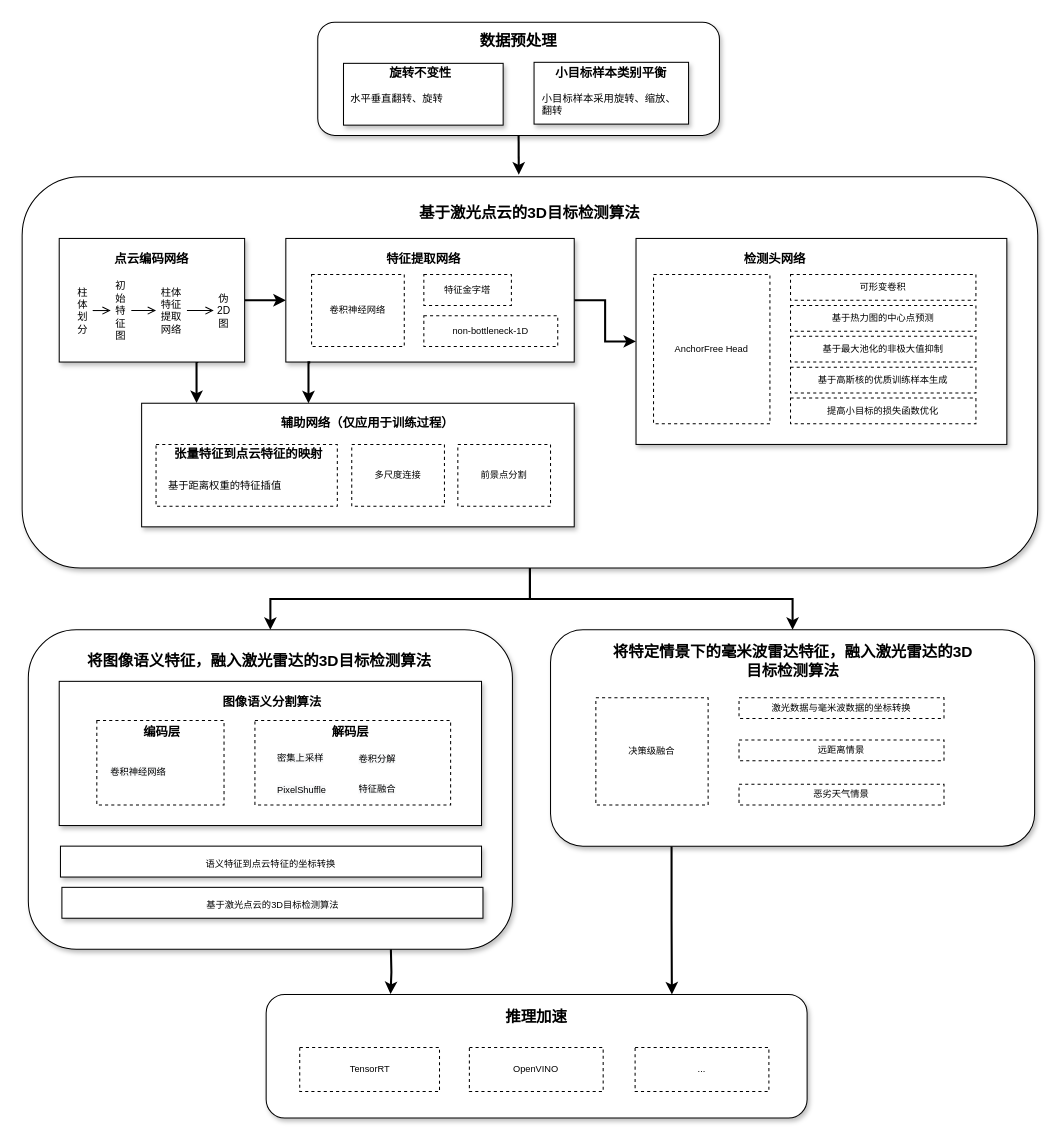
Above: 开题.drawio in wennieWN/UML (draw.io), before the change. Source tidied: cells renumbered, new cells numbered last; positions are measured from the earlier drawing's top-left corner, leaving out a move shared by most shapes. Both pictures are drawn from the tidied source at 103%, with x=0, y=0 at pixel (22, 22).
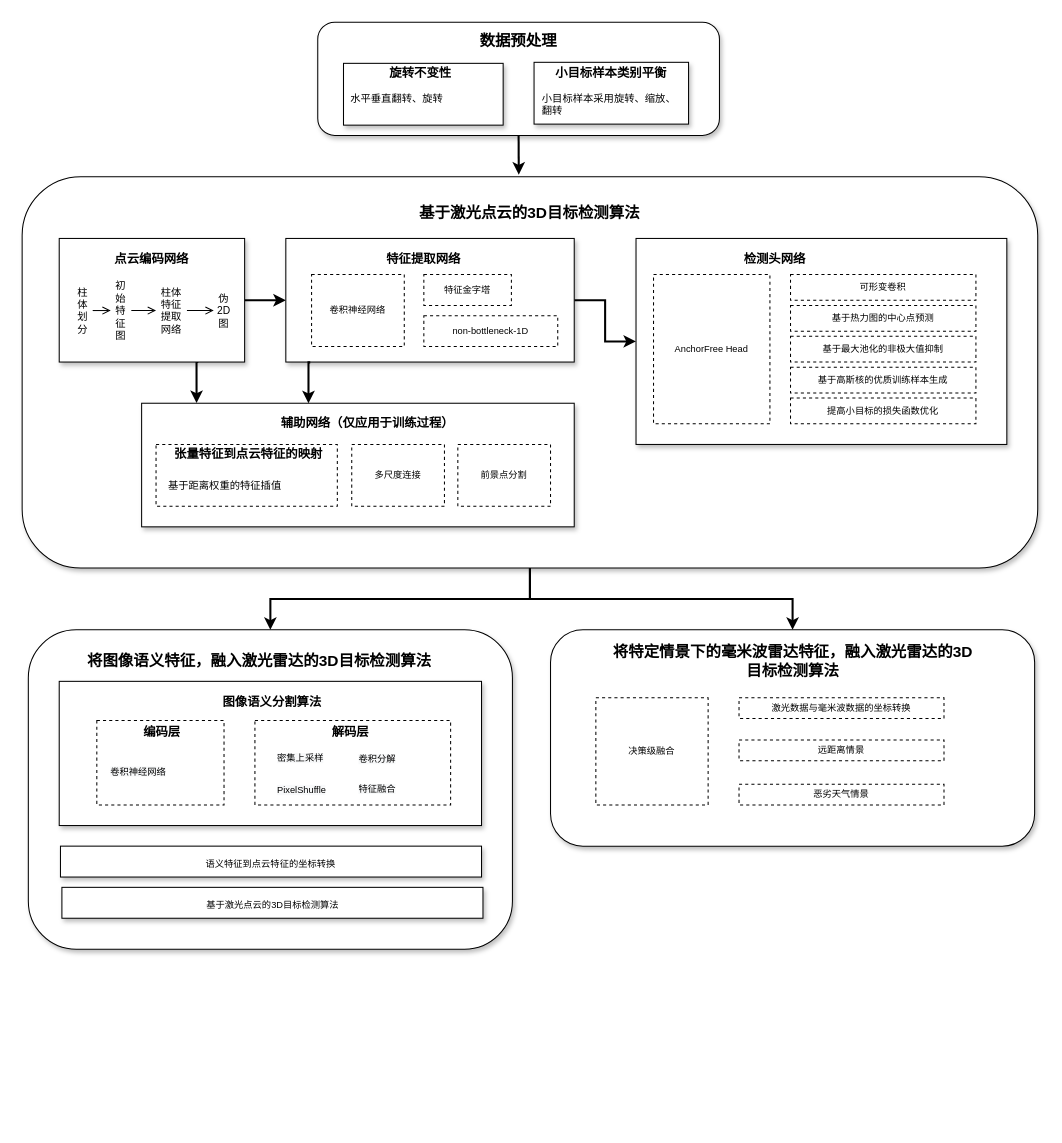
Above is the later version.

The change refers to these unchanged cells:
```xml
<mxCell id="3" style="rounded=1;whiteSpace=wrap;html=1;shadow=1;" parent="1" vertex="1">
  <mxGeometry x="513" y="590" width="470" height="210" as="geometry" />
</mxCell>
```

Diff of the diagram source:
```diff
@@
-    <mxCell id="2" style="edgeStyle=orthogonalEdgeStyle;rounded=0;jettySize=auto;html=1;exitX=0.25;exitY=1;exitDx=0;exitDy=0;entryX=0.75;entryY=0;entryDx=0;entryDy=0;strokeWidth=2;fontSize=15;" parent="1" edge="1" source="3" target="73">
-      <mxGeometry relative="1" as="geometry" />
-    </mxCell>
@@
-    <mxCell id="4" style="edgeStyle=orthogonalEdgeStyle;rounded=0;jettySize=auto;html=1;entryX=0.23;entryY=-0.003;entryDx=0;entryDy=0;entryPerimeter=0;strokeWidth=2;fontSize=15;" parent="1" edge="1" target="73">
-      <mxGeometry relative="1" as="geometry">
-        <mxPoint x="358" y="900" as="sourcePoint" />
-      </mxGeometry>
-    </mxCell>
@@
-    <mxCell id="72" style="group;" parent="1" vertex="1">
-      <mxGeometry x="222" y="944" width="534" height="120" as="geometry" />
-    </mxCell>
-    <mxCell id="73" style="rounded=1;whiteSpace=wrap;html=1;shadow=1;" parent="72" vertex="1">
-      <mxGeometry x="14.9" width="525.2" height="120" as="geometry" />
-    </mxCell>
-    <mxCell id="74" value="推理加速" style="text;html=1;strokeColor=none;fillColor=none;align=center;verticalAlign=middle;whiteSpace=wrap;rounded=0;shadow=1;fontStyle=1;fontSize=15;" parent="72" vertex="1">
-      <mxGeometry x="165.7" y="8.6" width="222.9" height="25.7" as="geometry" />
-    </mxCell>
-    <mxCell id="75" value="TensorRT" style="rounded=0;whiteSpace=wrap;html=1;shadow=0;fontSize=9;align=center;dashed=1;" parent="72" vertex="1">
-      <mxGeometry x="47.5" y="51.4" width="135.7" height="42.9" as="geometry" />
-    </mxCell>
-    <mxCell id="76" value="OpenVINO" style="rounded=0;whiteSpace=wrap;html=1;shadow=0;fontSize=9;align=center;dashed=1;" parent="72" vertex="1">
-      <mxGeometry x="212.2" y="51.4" width="129.9" height="42.9" as="geometry" />
-    </mxCell>
-    <mxCell id="77" value="..." style="rounded=0;whiteSpace=wrap;html=1;shadow=0;fontSize=9;align=center;dashed=1;" parent="72" vertex="1">
-      <mxGeometry x="373.1" y="51.4" width="129.9" height="42.9" as="geometry" />
-    </mxCell>
```
